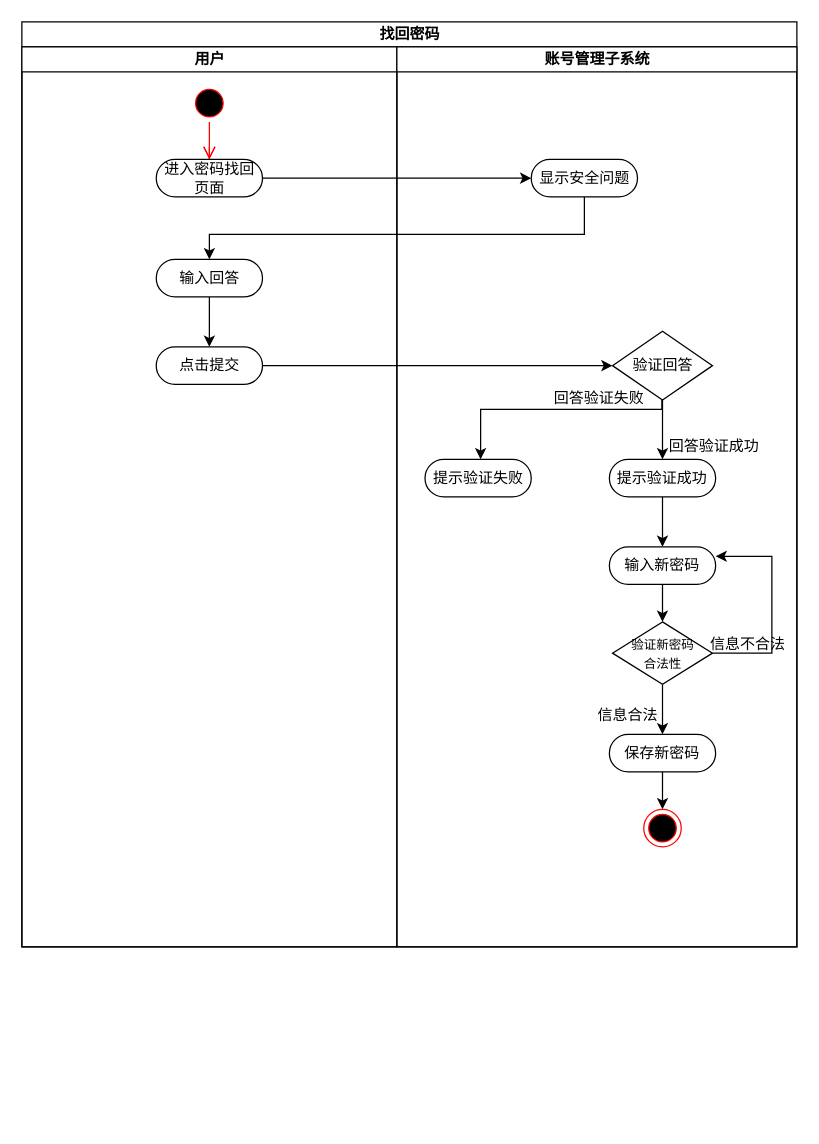
This is 找回密码活动图.drawio from PomeloLemon/SoftwareDiagrams, a draw.io file, before an edit. Source tidied: cells renumbered, new cells numbered last; positions are measured from the earlier drawing's top-left corner, leaving out a move shared by most shapes. Both pictures are drawn from the tidied source at 125%, with x=0, y=0 at pixel (21, 21).
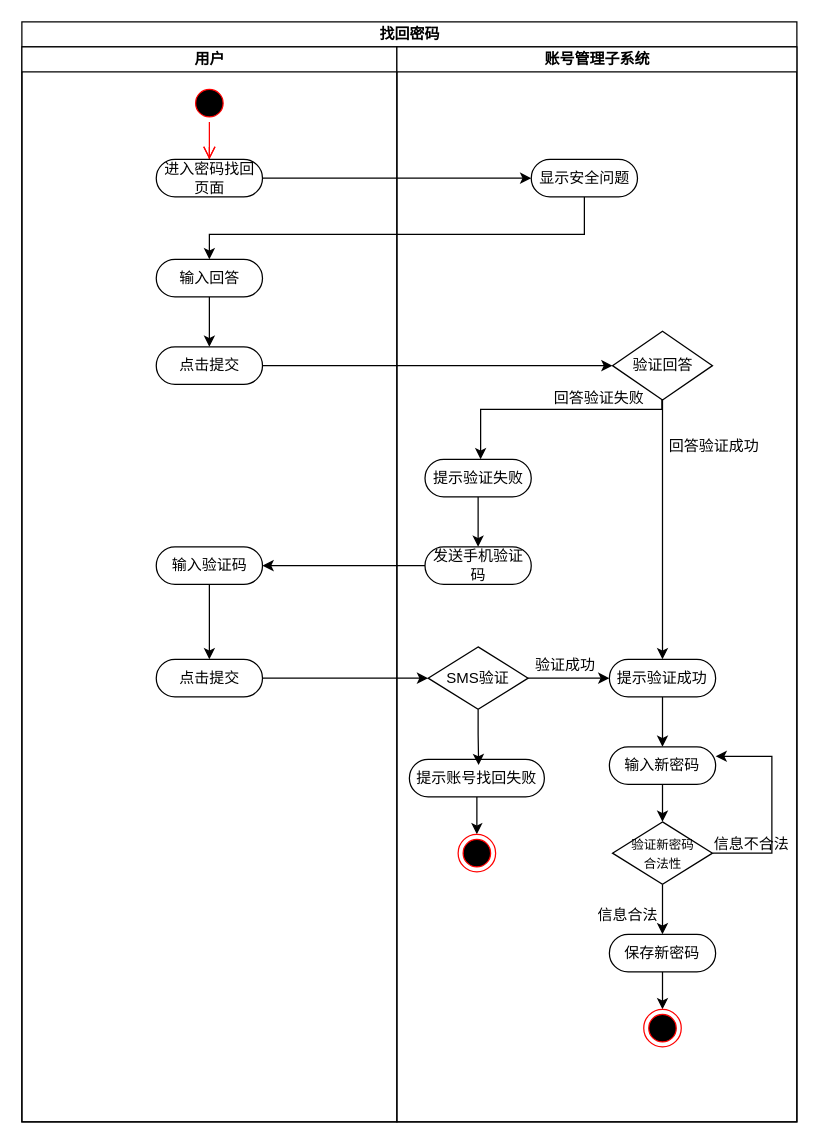
The same diagram, later.

Commit message (it also covers changes not shown here):
更新找回密码活动图.drawio

The change refers to these unchanged cells:
```xml
<mxCell id="7" value="进入密码找回页面" style="rounded=1;whiteSpace=wrap;html=1;shadow=0;comic=0;labelBackgroundColor=none;strokeWidth=1;fontFamily=Verdana;fontSize=12;align=center;arcSize=50;" parent="3" vertex="1">
  <mxGeometry x="107.5" y="90" width="85" height="30" as="geometry" />
</mxCell>
<mxCell id="9" value="输入回答" style="rounded=1;whiteSpace=wrap;html=1;shadow=0;comic=0;labelBackgroundColor=none;strokeWidth=1;fontFamily=Verdana;fontSize=12;align=center;arcSize=50;" parent="3" vertex="1">
  <mxGeometry x="107.5" y="170" width="85" height="30" as="geometry" />
</mxCell>
<mxCell id="10" value="点击提交" style="rounded=1;whiteSpace=wrap;html=1;shadow=0;comic=0;labelBackgroundColor=none;strokeWidth=1;fontFamily=Verdana;fontSize=12;align=center;arcSize=50;" parent="3" vertex="1">
  <mxGeometry x="107.5" y="240" width="85" height="30" as="geometry" />
</mxCell>
<mxCell id="12" value="显示安全问题" style="rounded=1;whiteSpace=wrap;html=1;shadow=0;comic=0;labelBackgroundColor=none;strokeWidth=1;fontFamily=Verdana;fontSize=12;align=center;arcSize=50;" parent="11" vertex="1">
  <mxGeometry x="107.5" y="90" width="85" height="30" as="geometry" />
</mxCell>
<mxCell id="15" value="验证回答" style="rhombus;whiteSpace=wrap;html=1;" parent="11" vertex="1">
  <mxGeometry x="172.5" y="227.5" width="80" height="55" as="geometry" />
</mxCell>
<mxCell id="29" value="提示验证失败" style="rounded=1;whiteSpace=wrap;html=1;shadow=0;comic=0;labelBackgroundColor=none;strokeWidth=1;fontFamily=Verdana;fontSize=12;align=center;arcSize=50;" parent="11" vertex="1">
  <mxGeometry x="22.5" y="330" width="85" height="30" as="geometry" />
</mxCell>
```

The edit, as a diff of the source:
```diff
@@
     <mxCell id="2" value="找回密码" style="swimlane;startSize=20;html=1;" parent="1" vertex="1">
-      <mxGeometry width="620" height="740" as="geometry" />
+      <mxGeometry width="620" height="880" as="geometry" />
     </mxCell>
     <mxCell id="3" value="用户" style="swimlane;startSize=20;html=1;" parent="2" vertex="1">
-      <mxGeometry y="20" width="300" height="720" as="geometry" />
+      <mxGeometry y="20" width="300" height="860" as="geometry" />
     </mxCell>
@@
+    <mxCell id="34" style="edgeStyle=orthogonalEdgeStyle;rounded=0;jettySize=auto;html=1;entryX=0.5;entryY=0;entryDx=0;entryDy=0;" parent="3" edge="1" source="35" target="36">
+      <mxGeometry relative="1" as="geometry" />
+    </mxCell>
+    <mxCell id="35" value="输入验证码" style="rounded=1;whiteSpace=wrap;html=1;shadow=0;comic=0;labelBackgroundColor=none;strokeWidth=1;fontFamily=Verdana;fontSize=12;align=center;arcSize=50;" parent="3" vertex="1">
+      <mxGeometry x="107.5" y="400" width="85" height="30" as="geometry" />
+    </mxCell>
+    <mxCell id="36" value="点击提交" style="rounded=1;whiteSpace=wrap;html=1;shadow=0;comic=0;labelBackgroundColor=none;strokeWidth=1;fontFamily=Verdana;fontSize=12;align=center;arcSize=50;" parent="3" vertex="1">
+      <mxGeometry x="107.5" y="490" width="85" height="30" as="geometry" />
+    </mxCell>
+    <mxCell id="31" style="edgeStyle=orthogonalEdgeStyle;rounded=0;jettySize=auto;html=1;" parent="2" edge="1" source="7" target="12">
+      <mxGeometry relative="1" as="geometry" />
+    </mxCell>
+    <mxCell id="32" style="edgeStyle=orthogonalEdgeStyle;rounded=0;jettySize=auto;html=1;entryX=0.5;entryY=0;entryDx=0;entryDy=0;" parent="2" edge="1" source="12" target="9">
+      <mxGeometry relative="1" as="geometry">
+        <Array as="points">
+          <mxPoint x="450" y="170" />
+          <mxPoint x="150" y="170" />
+        </Array>
+      </mxGeometry>
+    </mxCell>
+    <mxCell id="33" style="edgeStyle=orthogonalEdgeStyle;rounded=0;jettySize=auto;html=1;entryX=0;entryY=0.5;entryDx=0;entryDy=0;" parent="2" edge="1" source="10" target="15">
+      <mxGeometry relative="1" as="geometry" />
+    </mxCell>
+    <mxCell id="37" style="edgeStyle=orthogonalEdgeStyle;rounded=0;jettySize=auto;html=1;" parent="2" edge="1" source="43" target="35">
+      <mxGeometry relative="1" as="geometry" />
+    </mxCell>
+    <mxCell id="38" style="edgeStyle=orthogonalEdgeStyle;rounded=0;jettySize=auto;html=1;entryX=0;entryY=0.5;entryDx=0;entryDy=0;" parent="2" edge="1" source="36" target="41">
+      <mxGeometry relative="1" as="geometry" />
+    </mxCell>
     <mxCell id="11" value="账号管理子系统" style="swimlane;startSize=20;html=1;" parent="2" vertex="1">
-      <mxGeometry x="300" y="20" width="320" height="720" as="geometry" />
+      <mxGeometry x="300" y="20" width="320" height="860" as="geometry" />
     </mxCell>
@@
     <mxCell id="17" value="提示验证成功" style="rounded=1;whiteSpace=wrap;html=1;shadow=0;comic=0;labelBackgroundColor=none;strokeWidth=1;fontFamily=Verdana;fontSize=12;align=center;arcSize=50;" parent="11" vertex="1">
-      <mxGeometry x="170" y="330" width="85" height="30" as="geometry" />
+      <mxGeometry x="170" y="490" width="85" height="30" as="geometry" />
     </mxCell>
@@
     <mxCell id="20" value="输入新密码" style="rounded=1;whiteSpace=wrap;html=1;shadow=0;comic=0;labelBackgroundColor=none;strokeWidth=1;fontFamily=Verdana;fontSize=12;align=center;arcSize=50;" parent="11" vertex="1">
-      <mxGeometry x="170" y="400" width="85" height="30" as="geometry" />
+      <mxGeometry x="170" y="560" width="85" height="30" as="geometry" />
     </mxCell>
     <mxCell id="21" style="edgeStyle=orthogonalEdgeStyle;rounded=0;jettySize=auto;html=1;entryX=1;entryY=0.25;entryDx=0;entryDy=0;" parent="11" edge="1" source="23" target="20">
       <mxGeometry relative="1" as="geometry">
         <Array as="points">
-          <mxPoint x="300" y="485" />
-          <mxPoint x="300" y="408" />
+          <mxPoint x="300" y="645" />
+          <mxPoint x="300" y="568" />
         </Array>
       </mxGeometry>
     </mxCell>
@@
     <mxCell id="23" value="&lt;font style=&quot;font-size: 10px;&quot;&gt;验证新密码&lt;br&gt;合法性&lt;/font&gt;" style="rhombus;whiteSpace=wrap;html=1;" parent="11" vertex="1">
-      <mxGeometry x="172.5" y="460" width="80" height="50" as="geometry" />
+      <mxGeometry x="172.5" y="620" width="80" height="50" as="geometry" />
     </mxCell>
     <mxCell id="24" value="信息不合法" style="text;html=1;strokeColor=none;fillColor=none;align=center;verticalAlign=middle;whiteSpace=wrap;rounded=0;" parent="11" vertex="1">
-      <mxGeometry x="246" y="463" width="70" height="30" as="geometry" />
+      <mxGeometry x="249" y="623" width="70" height="30" as="geometry" />
     </mxCell>
@@
     <mxCell id="26" value="保存新密码" style="rounded=1;whiteSpace=wrap;html=1;shadow=0;comic=0;labelBackgroundColor=none;strokeWidth=1;fontFamily=Verdana;fontSize=12;align=center;arcSize=50;" parent="11" vertex="1">
-      <mxGeometry x="170" y="550" width="85" height="30" as="geometry" />
+      <mxGeometry x="170" y="710" width="85" height="30" as="geometry" />
     </mxCell>
     <mxCell id="27" value="信息合法" style="text;html=1;strokeColor=none;fillColor=none;align=center;verticalAlign=middle;whiteSpace=wrap;rounded=0;" parent="11" vertex="1">
-      <mxGeometry x="155" y="520" width="60" height="30" as="geometry" />
+      <mxGeometry x="155" y="680" width="60" height="30" as="geometry" />
     </mxCell>
     <mxCell id="28" style="ellipse;html=1;shape=endState;fillColor=#000000;strokeColor=#ff0000;" parent="11" vertex="1">
-      <mxGeometry x="197.5" y="610" width="30" height="30" as="geometry" />
+      <mxGeometry x="197.5" y="770" width="30" height="30" as="geometry" />
     </mxCell>
+    <mxCell id="39" style="edgeStyle=orthogonalEdgeStyle;rounded=0;jettySize=auto;html=1;exitX=0.5;exitY=1;exitDx=0;exitDy=0;entryX=0.5;entryY=0;entryDx=0;entryDy=0;" parent="11" edge="1" source="29" target="43">
+      <mxGeometry relative="1" as="geometry" />
+    </mxCell>
@@
-    <mxCell id="31" style="edgeStyle=orthogonalEdgeStyle;rounded=0;jettySize=auto;html=1;" parent="2" edge="1" source="7" target="12">
-      <mxGeometry relative="1" as="geometry" />
-    </mxCell>
-    <mxCell id="32" style="edgeStyle=orthogonalEdgeStyle;rounded=0;jettySize=auto;html=1;entryX=0.5;entryY=0;entryDx=0;entryDy=0;" parent="2" edge="1" source="12" target="9">
-      <mxGeometry relative="1" as="geometry">
-        <Array as="points">
-          <mxPoint x="450" y="170" />
-          <mxPoint x="150" y="170" />
-        </Array>
-      </mxGeometry>
-    </mxCell>
-    <mxCell id="33" style="edgeStyle=orthogonalEdgeStyle;rounded=0;jettySize=auto;html=1;entryX=0;entryY=0.5;entryDx=0;entryDy=0;" parent="2" edge="1" source="10" target="15">
-      <mxGeometry relative="1" as="geometry" />
-    </mxCell>
+    <mxCell id="40" style="edgeStyle=orthogonalEdgeStyle;rounded=0;jettySize=auto;html=1;entryX=0;entryY=0.5;entryDx=0;entryDy=0;" parent="11" edge="1" source="41" target="17">
+      <mxGeometry relative="1" as="geometry" />
+    </mxCell>
+    <mxCell id="41" value="SMS验证" style="rhombus;whiteSpace=wrap;html=1;" parent="11" vertex="1">
+      <mxGeometry x="25" y="480" width="80" height="50" as="geometry" />
+    </mxCell>
+    <mxCell id="42" value="验证成功" style="text;html=1;strokeColor=none;fillColor=none;align=center;verticalAlign=middle;whiteSpace=wrap;rounded=0;" parent="11" vertex="1">
+      <mxGeometry x="105" y="480" width="60" height="30" as="geometry" />
+    </mxCell>
+    <mxCell id="43" value="发送手机验证码" style="rounded=1;whiteSpace=wrap;html=1;shadow=0;comic=0;labelBackgroundColor=none;strokeWidth=1;fontFamily=Verdana;fontSize=12;align=center;arcSize=50;" parent="11" vertex="1">
+      <mxGeometry x="22.5" y="400" width="85" height="30" as="geometry" />
+    </mxCell>
+    <mxCell id="44" value="提示账号找回失败" style="rounded=1;whiteSpace=wrap;html=1;shadow=0;comic=0;labelBackgroundColor=none;strokeWidth=1;fontFamily=Verdana;fontSize=12;align=center;arcSize=50;" parent="11" vertex="1">
+      <mxGeometry x="10" y="570" width="108" height="30" as="geometry" />
+    </mxCell>
+    <mxCell id="45" style="edgeStyle=orthogonalEdgeStyle;rounded=0;jettySize=auto;html=1;exitX=0.5;exitY=1;exitDx=0;exitDy=0;entryX=0.513;entryY=0.152;entryDx=0;entryDy=0;entryPerimeter=0;" parent="11" edge="1" source="41" target="44">
+      <mxGeometry relative="1" as="geometry" />
+    </mxCell>
+    <mxCell id="46" style="edgeStyle=orthogonalEdgeStyle;rounded=0;jettySize=auto;html=1;exitX=0.5;exitY=1;exitDx=0;exitDy=0;" parent="11" edge="1" source="44">
+      <mxGeometry relative="1" as="geometry">
+        <mxPoint x="64" y="630" as="targetPoint" />
+      </mxGeometry>
+    </mxCell>
+    <mxCell id="47" style="ellipse;html=1;shape=endState;fillColor=#000000;strokeColor=#ff0000;" parent="11" vertex="1">
+      <mxGeometry x="49" y="630" width="30" height="30" as="geometry" />
+    </mxCell>
```
